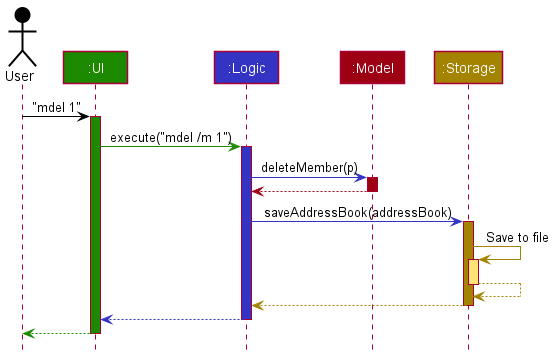
The PlantUML diagram docs/images/ArchitectureSequenceDiagram.png in nus-cs2103-AY2122S1/tp, before a commit. The source it was exported from:
```plantuml
@startuml
!include style.puml

Actor User as user USER_COLOR
Participant ":UI" as ui UI_COLOR
Participant ":Logic" as logic LOGIC_COLOR
Participant ":Model" as model MODEL_COLOR
Participant ":Storage" as storage STORAGE_COLOR

user -[USER_COLOR]> ui : "mdel 1"
activate ui UI_COLOR

ui -[UI_COLOR]> logic : execute("mdel /m 1")
activate logic LOGIC_COLOR

logic -[LOGIC_COLOR]> model : deleteMember(p)
activate model MODEL_COLOR

model -[MODEL_COLOR]-> logic
deactivate model

logic -[LOGIC_COLOR]> storage : saveAddressBook(addressBook)
activate storage STORAGE_COLOR

storage -[STORAGE_COLOR]> storage : Save to file
activate storage STORAGE_COLOR_T1
storage --[STORAGE_COLOR]> storage
deactivate storage

storage --[STORAGE_COLOR]> logic
deactivate storage

logic --[LOGIC_COLOR]> ui
deactivate logic

ui--[UI_COLOR]> user
deactivate ui
@enduml
```
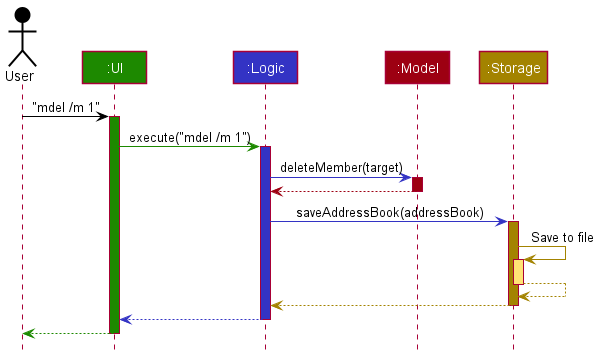
Later version of the same file.

Diff of the diagram source:
```diff
@@ -7,13 +7,13 @@
 Participant ":Model" as model MODEL_COLOR
 Participant ":Storage" as storage STORAGE_COLOR
 
-user -[USER_COLOR]> ui : "mdel 1"
+user -[USER_COLOR]> ui : "mdel /m 1"
 activate ui UI_COLOR
 
 ui -[UI_COLOR]> logic : execute("mdel /m 1")
 activate logic LOGIC_COLOR
 
-logic -[LOGIC_COLOR]> model : deleteMember(p)
+logic -[LOGIC_COLOR]> model : deleteMember(target)
 activate model MODEL_COLOR
 
 model -[MODEL_COLOR]-> logic
```
